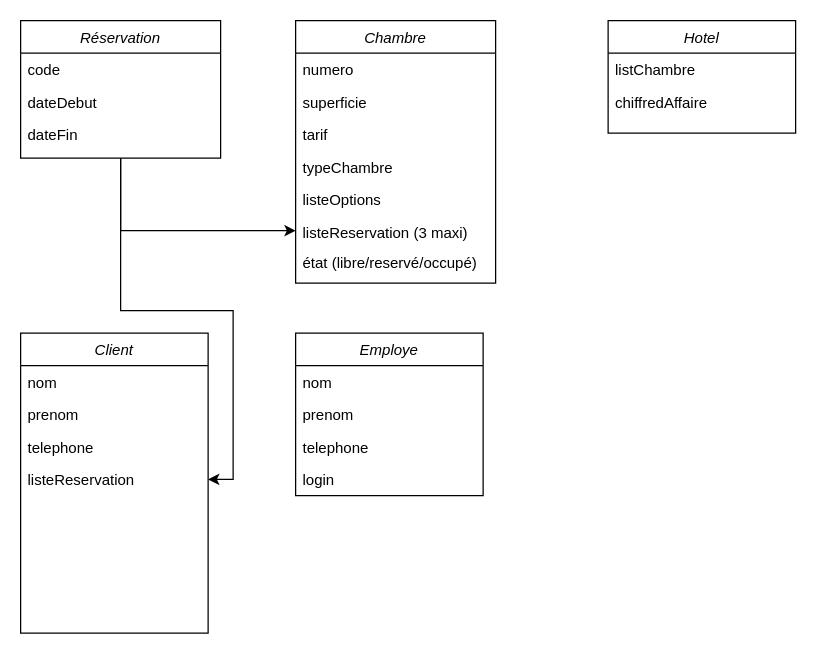
This is Untitled Diagram.drawio from DWils/GestionHotel, a draw.io file, before an edit. Source tidied: cells renumbered, new cells numbered last; positions are measured from the earlier drawing's top-left corner, leaving out a move shared by most shapes. Both pictures are drawn from the tidied source at 125%, with x=0, y=0 at pixel (20, 20).
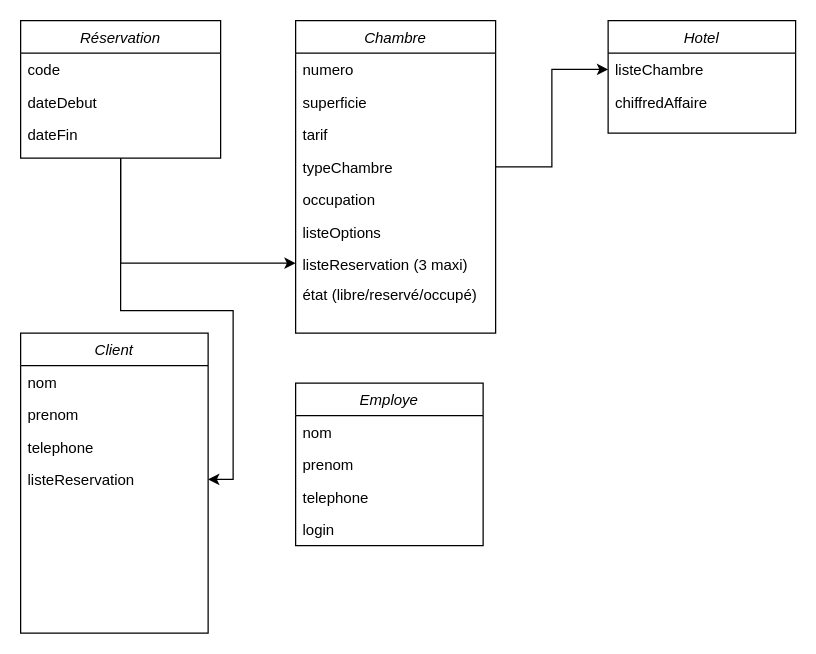
The same page after the edit.

The change refers to these unchanged cells:
```xml
<mxCell id="12" value="typeChambre" style="text;align=left;verticalAlign=top;spacingLeft=4;spacingRight=4;overflow=hidden;points=[[0,0.5],[1,0.5]];portConstraint=eastwest;rounded=0;shadow=0;html=0;" parent="8" vertex="1">
  <mxGeometry y="104" width="160" height="26" as="geometry" />
</mxCell>
<mxCell id="16" value="Hotel" style="swimlane;fontStyle=2;align=center;verticalAlign=top;horizontal=1;startSize=26;rounded=0;shadow=0;strokeWidth=1;" parent="1" vertex="1">
  <mxGeometry x="470" width="150" height="90" as="geometry" />
</mxCell>
```

What changed in the source:
```diff
@@
     <mxCell id="8" value="Chambre" style="swimlane;fontStyle=2;align=center;verticalAlign=top;horizontal=1;startSize=26;rounded=0;shadow=0;strokeWidth=1;" parent="1" vertex="1">
-      <mxGeometry x="220" width="160" height="210" as="geometry" />
+      <mxGeometry x="220" width="160" height="250" as="geometry" />
     </mxCell>
@@
+    <mxCell id="29" value="occupation" style="text;align=left;verticalAlign=top;spacingLeft=4;spacingRight=4;overflow=hidden;" parent="8" vertex="1">
+      <mxGeometry y="130" width="160" height="26" as="geometry" />
+    </mxCell>
     <mxCell id="13" value="listeOptions" style="text;align=left;verticalAlign=top;spacingLeft=4;spacingRight=4;overflow=hidden;rounded=0;shadow=0;html=0;" parent="8" vertex="1">
-      <mxGeometry y="130" width="160" height="26" as="geometry" />
+      <mxGeometry y="156" width="160" height="26" as="geometry" />
     </mxCell>
     <mxCell id="14" value="listeReservation (3 maxi)" style="text;align=left;verticalAlign=top;spacingLeft=4;spacingRight=4;overflow=hidden;points=[[0,0.5],[1,0.5]];portConstraint=eastwest;rounded=0;shadow=0;html=0;" parent="8" vertex="1">
-      <mxGeometry y="156" width="160" height="24" as="geometry" />
+      <mxGeometry y="182" width="160" height="24" as="geometry" />
     </mxCell>
     <mxCell id="15" value="état (libre/reservé/occupé)" style="text;align=left;verticalAlign=top;spacingLeft=4;spacingRight=4;overflow=hidden;rounded=0;shadow=0;html=0;" parent="8" vertex="1">
-      <mxGeometry y="180" width="160" height="24" as="geometry" />
+      <mxGeometry y="206" width="160" height="24" as="geometry" />
     </mxCell>
@@
-    <mxCell id="17" value="listChambre" style="text;align=left;verticalAlign=top;spacingLeft=4;spacingRight=4;overflow=hidden;points=[[0,0.5],[1,0.5]];portConstraint=eastwest;" parent="16" vertex="1">
+    <mxCell id="17" value="listeChambre" style="text;align=left;verticalAlign=top;spacingLeft=4;spacingRight=4;overflow=hidden;points=[[0,0.5],[1,0.5]];portConstraint=eastwest;" parent="16" vertex="1">
       <mxGeometry y="26" width="150" height="26" as="geometry" />
     </mxCell>
@@
     <mxCell id="24" value="Employe" style="swimlane;fontStyle=2;align=center;verticalAlign=top;horizontal=1;startSize=26;rounded=0;shadow=0;strokeWidth=1;" parent="1" vertex="1">
-      <mxGeometry x="220" y="250" width="150" height="130" as="geometry" />
+      <mxGeometry x="220" y="290" width="150" height="130" as="geometry" />
     </mxCell>
@@
+    <mxCell id="30" style="edgeStyle=orthogonalEdgeStyle;rounded=0;jettySize=auto;html=1;exitX=1;exitY=0.5;exitDx=0;exitDy=0;entryX=0;entryY=0.5;entryDx=0;entryDy=0;" parent="1" edge="1" source="12" target="17">
+      <mxGeometry relative="1" as="geometry" />
+    </mxCell>
```
